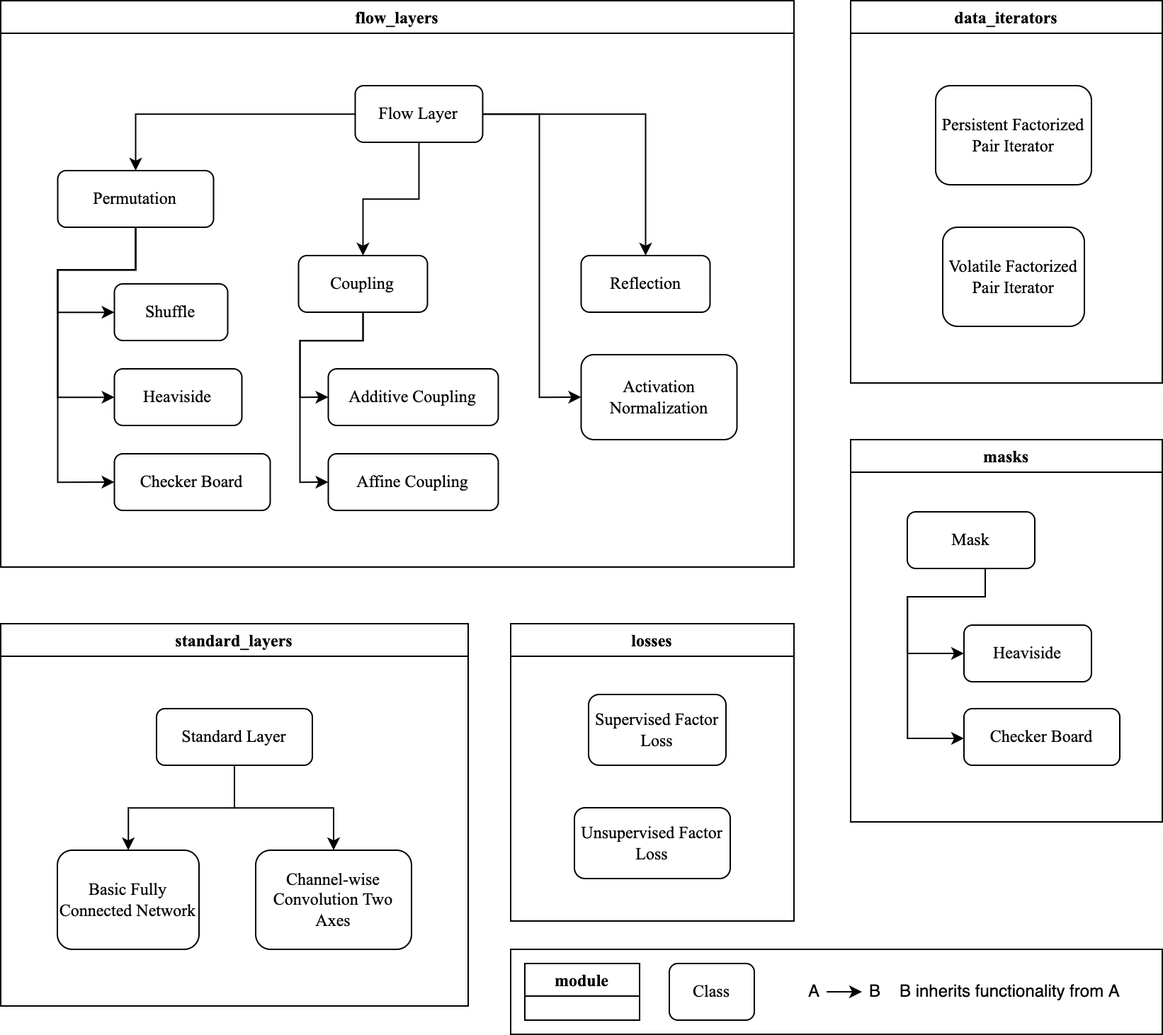
The draw.io diagram docs/images/Class_Diagram.png in TimHenry1995/gyoza, before a commit. Source tidied: cells renumbered, new cells last; positions are measured from the earlier drawing's top-left corner, leaving out a move shared by most shapes.
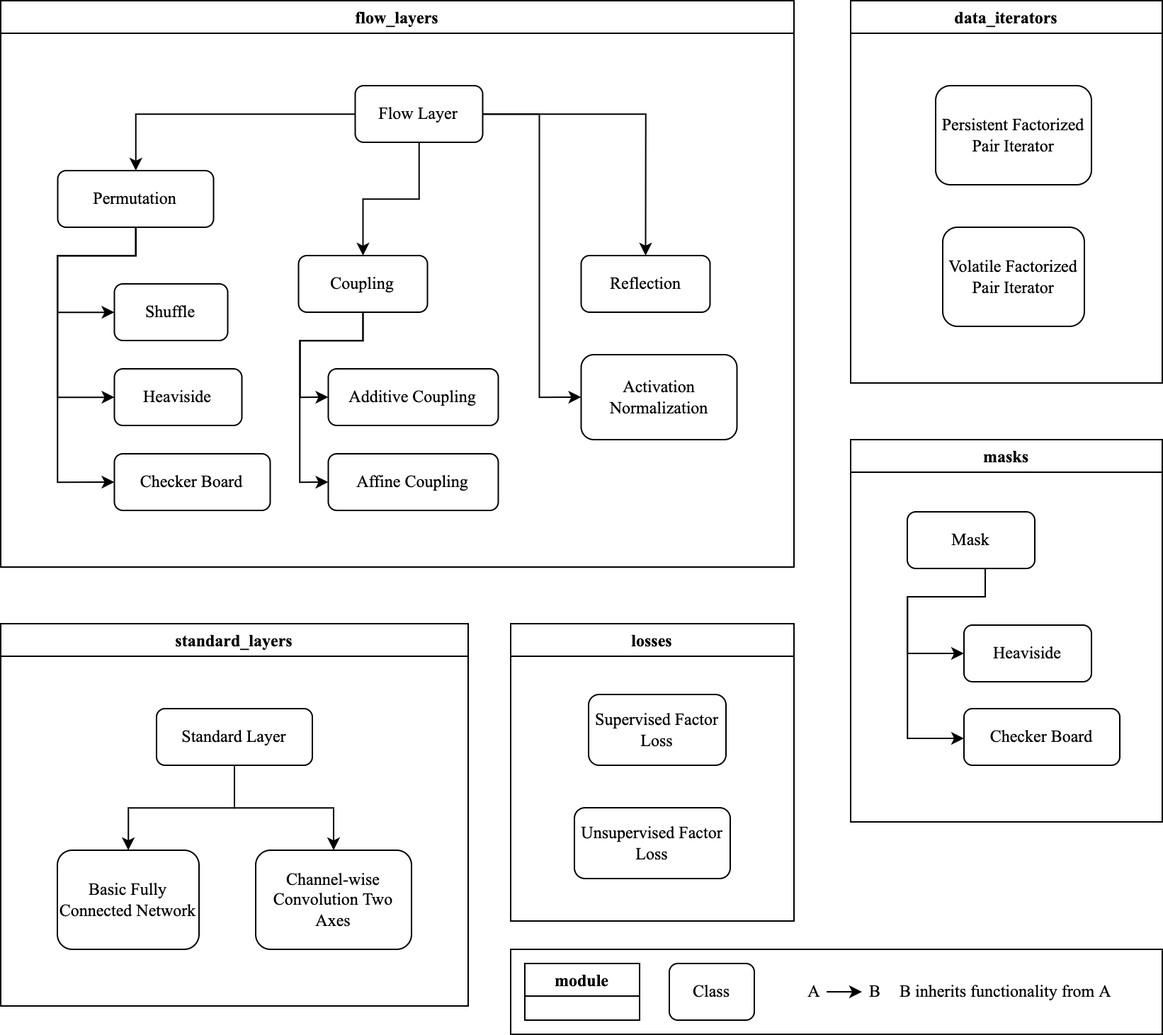
After the commit.

The edit, as a diff of the source:
```diff
@@ -2,7 +2,7 @@
   <root>
     <mxCell id="0" />
     <mxCell id="1" parent="0" />
-    <mxCell id="2" style="rounded=0;whiteSpace=wrap;html=1;fillColor=none;" parent="1" vertex="1">
+    <mxCell id="2" style="rounded=0;whiteSpace=wrap;html=1;fillColor=none;fontFamily=Times New Roman;" parent="1" vertex="1">
       <mxGeometry x="360" y="670" width="460" height="60" as="geometry" />
     </mxCell>
     <mxCell id="3" value="flow_layers" style="swimlane;fontFamily=Times New Roman;" parent="1" vertex="1">
@@ -23,9 +23,9 @@
     <mxCell id="8" style="edgeStyle=orthogonalEdgeStyle;rounded=0;jettySize=auto;html=1;fontFamily=Times New Roman;" parent="3" edge="1" source="5" target="7">
       <mxGeometry relative="1" as="geometry">
         <Array as="points">
-          <mxPoint x="95.2" y="190" />
-          <mxPoint x="40.2" y="190" />
-          <mxPoint x="40.2" y="220" />
+          <mxPoint x="95" y="180" />
+          <mxPoint x="40" y="180" />
+          <mxPoint x="40" y="220" />
         </Array>
       </mxGeometry>
     </mxCell>
@@ -35,9 +35,9 @@
     <mxCell id="10" style="edgeStyle=orthogonalEdgeStyle;rounded=0;jettySize=auto;html=1;fontFamily=Times New Roman;" parent="3" edge="1" source="5" target="9">
       <mxGeometry relative="1" as="geometry">
         <Array as="points">
-          <mxPoint x="95.2" y="190" />
-          <mxPoint x="40.2" y="190" />
-          <mxPoint x="40.2" y="280" />
+          <mxPoint x="95" y="180" />
+          <mxPoint x="40" y="180" />
+          <mxPoint x="40" y="280" />
         </Array>
       </mxGeometry>
     </mxCell>
@@ -45,9 +45,9 @@
       <mxGeometry relative="1" as="geometry">
         <mxPoint x="80.2" y="340" as="targetPoint" />
         <Array as="points">
-          <mxPoint x="95.2" y="190" />
-          <mxPoint x="40.2" y="190" />
-          <mxPoint x="40.2" y="340" />
+          <mxPoint x="95" y="180" />
+          <mxPoint x="40" y="180" />
+          <mxPoint x="40" y="340" />
         </Array>
       </mxGeometry>
     </mxCell>
@@ -168,25 +168,25 @@
     <mxCell id="42" value="Class" style="rounded=1;whiteSpace=wrap;html=1;fontFamily=Times New Roman;" parent="1" vertex="1">
       <mxGeometry x="472" y="680" width="60" height="40" as="geometry" />
     </mxCell>
-    <mxCell id="43" style="group;" parent="1" vertex="1">
+    <mxCell id="43" style="group;fontFamily=Times New Roman;" parent="1" vertex="1">
       <mxGeometry x="543" y="680" width="250" height="40" as="geometry" />
     </mxCell>
-    <mxCell id="44" value="&lt;span style=&quot;&quot;&gt;B inherits functionality from A&lt;/span&gt;" style="whiteSpace=wrap;html=1;strokeColor=none;fillColor=none;align=left;" parent="43" vertex="1">
+    <mxCell id="44" value="&lt;span style=&quot;&quot;&gt;B inherits functionality from A&lt;/span&gt;" style="whiteSpace=wrap;html=1;strokeColor=none;fillColor=none;align=left;fontFamily=Times New Roman;" parent="43" vertex="1">
       <mxGeometry x="90" width="160" height="40" as="geometry" />
     </mxCell>
-    <mxCell id="45" style="group;" parent="43" vertex="1">
+    <mxCell id="45" style="group;fontFamily=Times New Roman;" parent="43" vertex="1">
       <mxGeometry y="5" width="90" height="30" as="geometry" />
     </mxCell>
-    <mxCell id="46" style="endArrow=classic;html=1;rounded=0;" parent="45" edge="1">
+    <mxCell id="46" style="endArrow=classic;html=1;rounded=0;fontFamily=Times New Roman;" parent="45" edge="1">
       <mxGeometry relative="1" as="geometry">
         <mxPoint x="40" y="15" as="sourcePoint" />
         <mxPoint x="65" y="15" as="targetPoint" />
       </mxGeometry>
     </mxCell>
-    <mxCell id="47" value="A" style="text;html=1;align=center;verticalAlign=middle;strokeColor=none;fillColor=none;" parent="45" vertex="1">
+    <mxCell id="47" value="A" style="text;html=1;align=center;verticalAlign=middle;strokeColor=none;fillColor=none;fontFamily=Times New Roman;" parent="45" vertex="1">
       <mxGeometry x="16" width="30" height="30" as="geometry" />
     </mxCell>
-    <mxCell id="48" value="B" style="text;html=1;align=center;verticalAlign=middle;strokeColor=none;fillColor=none;" parent="45" vertex="1">
+    <mxCell id="48" value="B" style="text;html=1;align=center;verticalAlign=middle;strokeColor=none;fillColor=none;fontFamily=Times New Roman;" parent="45" vertex="1">
       <mxGeometry x="59" width="30" height="30" as="geometry" />
     </mxCell>
   </root>
```
